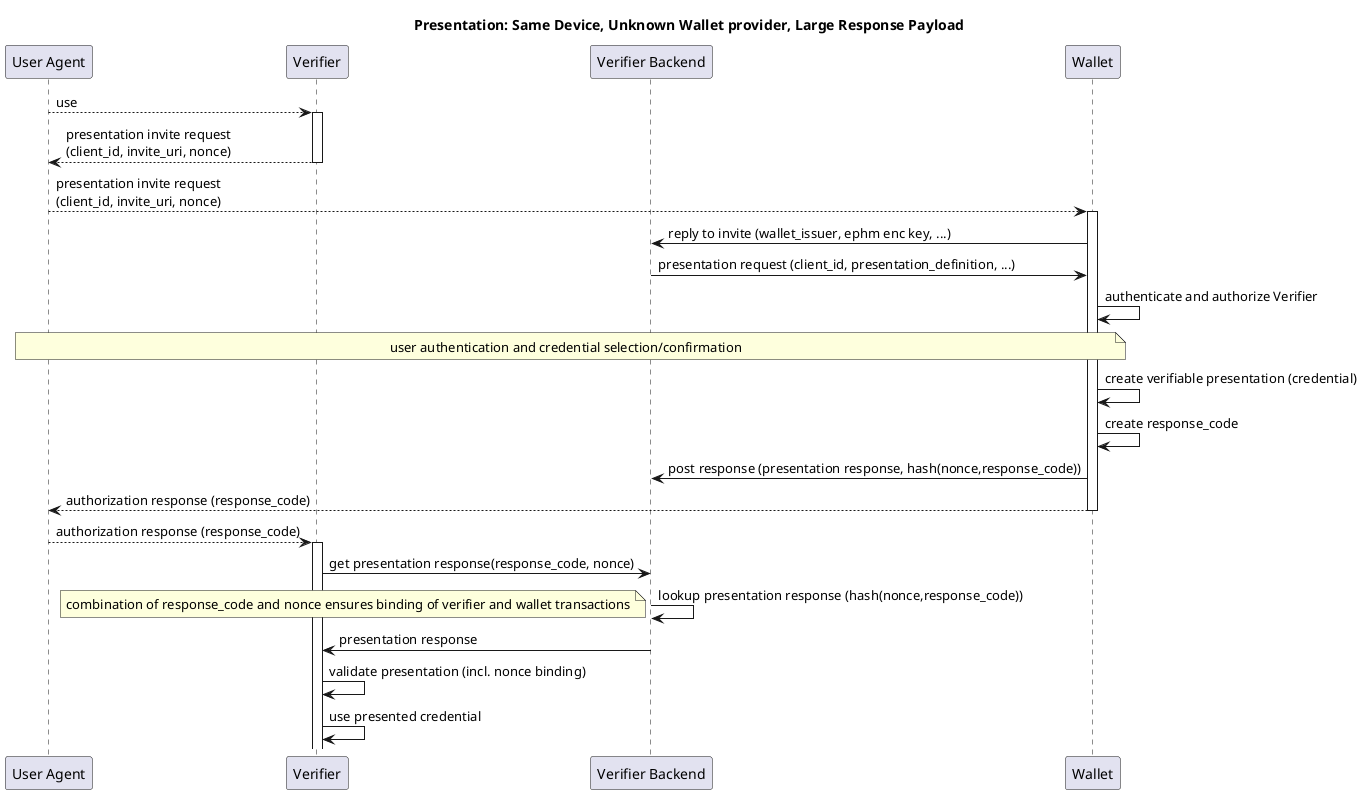
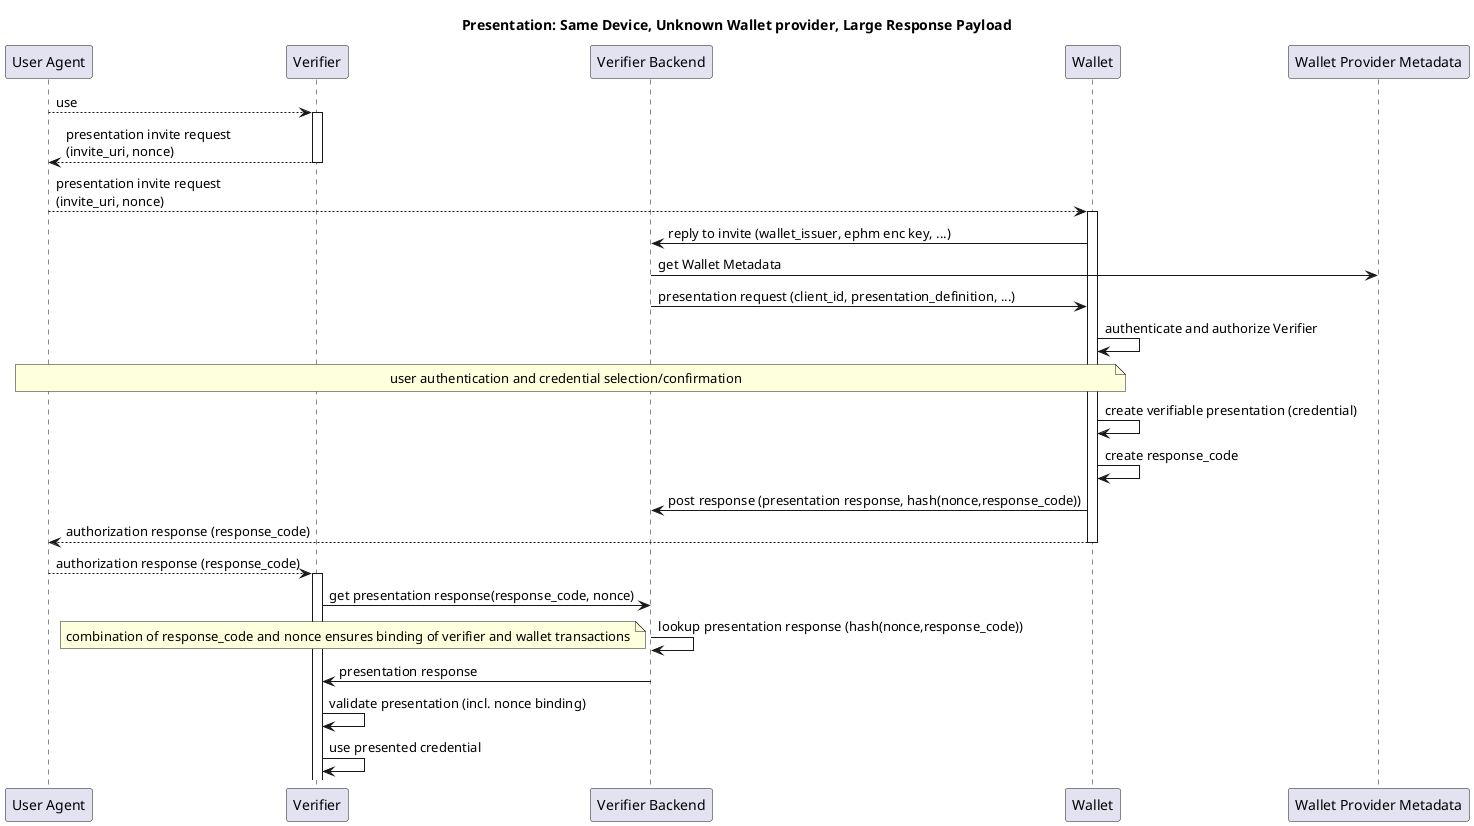
@startuml

title "Presentation: Same Device, Unknown Wallet provider, Large Response Payload"

participant "User Agent" as u

participant "Verifier" as r

participant "Verifier Backend" as rb

participant "Wallet" as w

+ participant "Wallet Provider Metadata" as b
+ 
u --> r : use
activate r
- r --> u: presentation invite request\n(client_id, invite_uri, nonce)
+ r --> u: presentation invite request\n(invite_uri, nonce)
deactivate r
- u --> w: presentation invite request\n(client_id, invite_uri, nonce)
+ u --> w: presentation invite request\n(invite_uri, nonce)
activate w
w -> rb: reply to invite (wallet_issuer, ephm enc key, ...)
+ rb -> b: get Wallet Metadata
rb -> w: presentation request (client_id, presentation_definition, ...)
w -> w: authenticate and authorize Verifier

note over u, w: user authentication and credential selection/confirmation

w -> w: create verifiable presentation (credential)
w -> w: create response_code
w -> rb: post response (presentation response, hash(nonce,response_code))
w --> u: authorization response (response_code)
deactivate w
u --> r: authorization response (response_code)
activate r
r -> rb: get presentation response(response_code, nonce)
rb -> rb: lookup presentation response (hash(nonce,response_code))
note left: combination of response_code and nonce ensures binding of verifier and wallet transactions
rb -> r: presentation response
r -> r: validate presentation (incl. nonce binding)
r -> r: use presented credential
@enduml